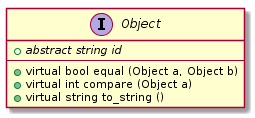
geoffjay/comp8506-docs keeps this PlantUML diagram as report/figures/design/class/core/object.png. Above is the earlier version. The source it was exported from:
```plantuml
@startuml
interface Object {
    +{abstract} abstract string id
    ----
    +virtual bool equal (Object a, Object b)
    +virtual int compare (Object a)
    +virtual string to_string ()
}
@enduml
```
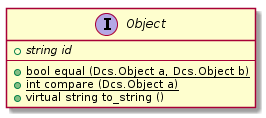
The same diagram one commit later.

Change to the diagram source:
```diff
@@ -1,9 +1,9 @@
 @startuml
 interface Object {
-    +{abstract} abstract string id
+    +{abstract} string id
     ----
-    +virtual bool equal (Object a, Object b)
-    +virtual int compare (Object a)
+    +{static} bool equal (Dcs.Object a, Dcs.Object b)
+    +{static} int compare (Dcs.Object a)
     +virtual string to_string ()
 }
 @enduml
```
